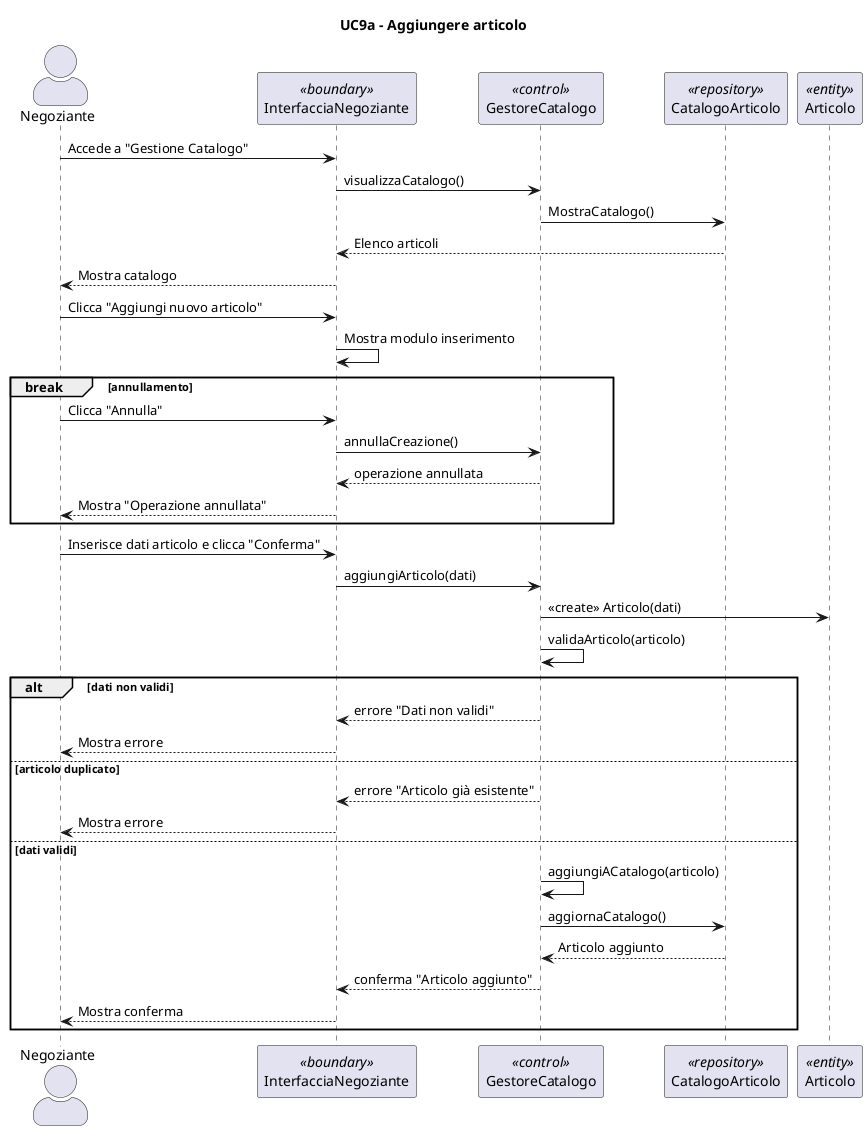
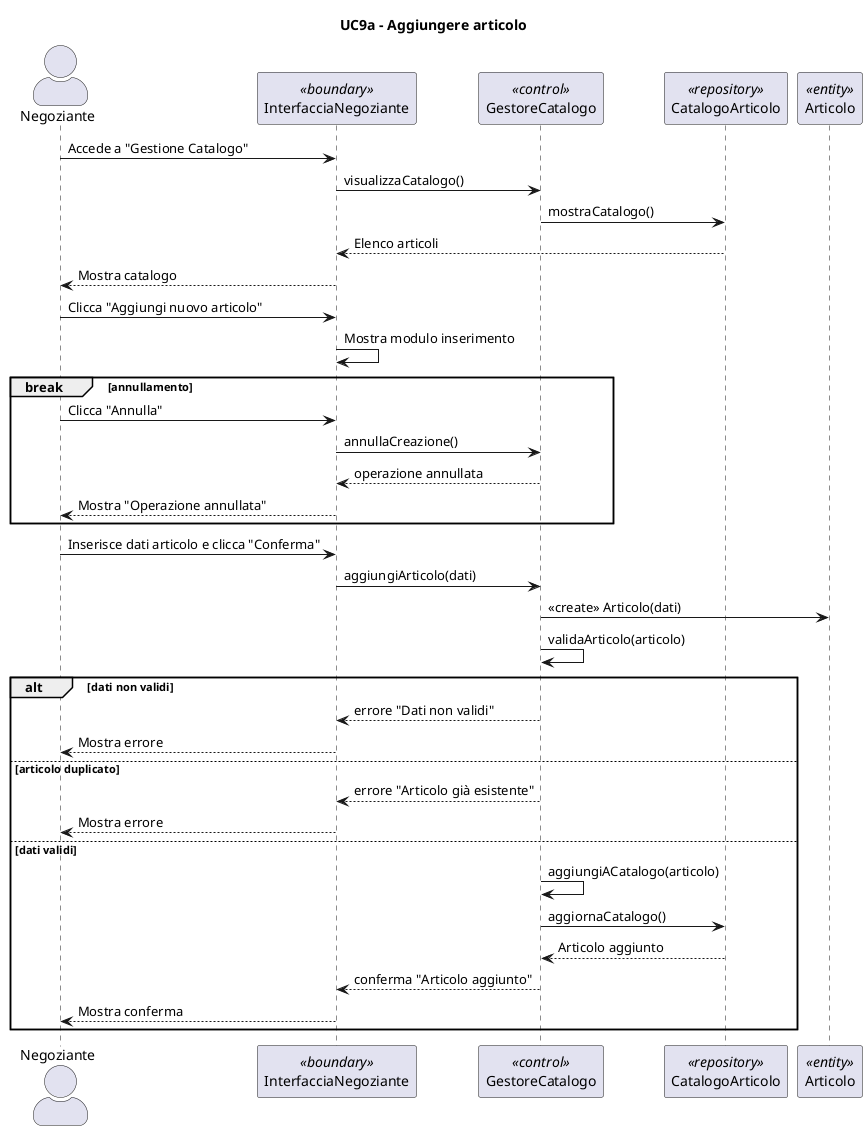
@startuml
title UC9a - Aggiungere articolo
skinparam actorStyle awesome

actor "Negoziante" as N
participant "InterfacciaNegoziante" as IN <<boundary>>
participant "GestoreCatalogo" as G <<control>>
participant "CatalogoArticolo" as CA <<repository>>
participant "Articolo" as Articolo <<entity>>

N -> IN: Accede a "Gestione Catalogo"
IN -> G: visualizzaCatalogo()
- G -> CA: MostraCatalogo()
+ G -> CA: mostraCatalogo()
CA --> IN: Elenco articoli
IN --> N: Mostra catalogo

N -> IN: Clicca "Aggiungi nuovo articolo"
IN -> IN: Mostra modulo inserimento

break annullamento
    N -> IN: Clicca "Annulla"
    IN -> G: annullaCreazione()
    G --> IN: operazione annullata
    IN --> N: Mostra "Operazione annullata"
end

N -> IN: Inserisce dati articolo e clicca "Conferma"
IN -> G: aggiungiArticolo(dati)

G -> Articolo: <<create>> Articolo(dati)
G -> G: validaArticolo(articolo)

alt dati non validi
    G --> IN: errore "Dati non validi"
    IN --> N: Mostra errore

else articolo duplicato
    G --> IN: errore "Articolo già esistente"
    IN --> N: Mostra errore

else dati validi
    G -> G: aggiungiACatalogo(articolo)
    G -> CA: aggiornaCatalogo()
    CA --> G: Articolo aggiunto
    G --> IN: conferma "Articolo aggiunto"
    IN --> N: Mostra conferma
end

@enduml